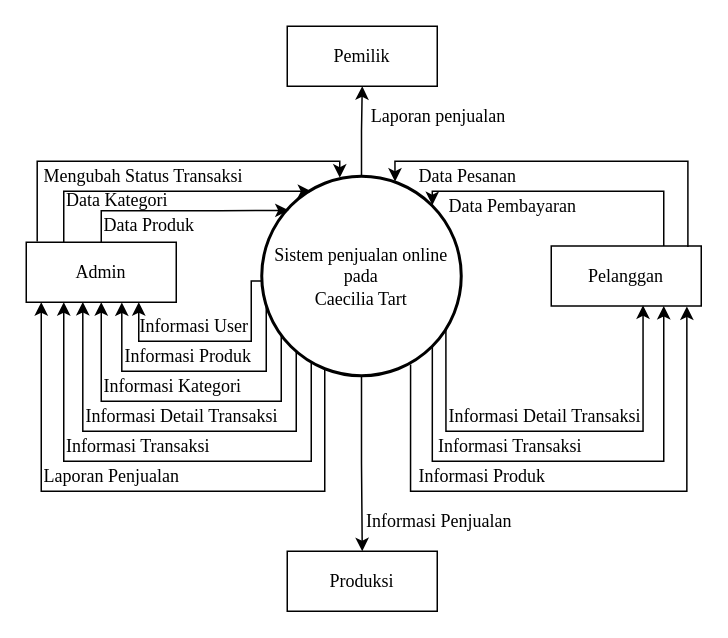
Before: page "Diagram Kontex Revisi Akhir" (18 of 19) of TA.drawio in angelinahandini/TA, a draw.io diagram. Source tidied: cells renumbered, new cells numbered last; positions are measured from the earlier drawing's top-left corner, leaving out a move shared by most shapes. Both pictures are drawn from the tidied source at 150%, with x=0, y=0 at pixel (26, 26).
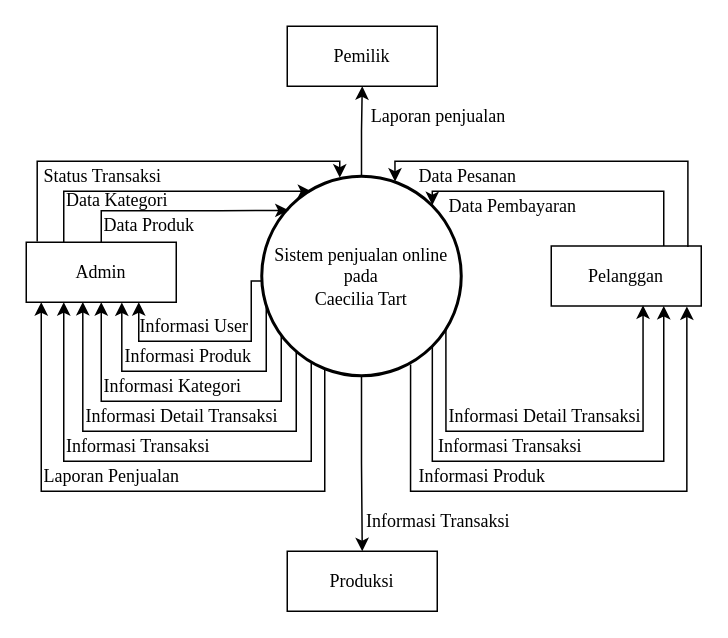
The same page after the edit.

The change refers to these unchanged cells:
```xml
<mxCell id="2" style="group;" parent="1" vertex="1">
  <mxGeometry width="450" height="390" as="geometry" />
</mxCell>
```

What changed in the source:
```diff
@@
-    <mxCell id="19" value="Mengubah Status Transaksi" style="text;html=1;strokeColor=none;fillColor=none;align=left;verticalAlign=middle;whiteSpace=wrap;rounded=0;fontFamily=Times New Roman;" parent="2" vertex="1">
+    <mxCell id="19" value="Status Transaksi" style="text;html=1;strokeColor=none;fillColor=none;align=left;verticalAlign=middle;whiteSpace=wrap;rounded=0;fontFamily=Times New Roman;" parent="2" vertex="1">
       <mxGeometry x="10" y="90" width="140" height="20" as="geometry" />
     </mxCell>
@@
-    <mxCell id="31" value="Informasi Penjualan" style="text;html=1;strokeColor=none;fillColor=none;align=left;verticalAlign=middle;whiteSpace=wrap;rounded=0;fontFamily=Times New Roman;" parent="2" vertex="1">
+    <mxCell id="31" value="Informasi Transaksi" style="text;html=1;strokeColor=none;fillColor=none;align=left;verticalAlign=middle;whiteSpace=wrap;rounded=0;fontFamily=Times New Roman;" parent="2" vertex="1">
       <mxGeometry x="225" y="320" width="100" height="20" as="geometry" />
     </mxCell>
```
